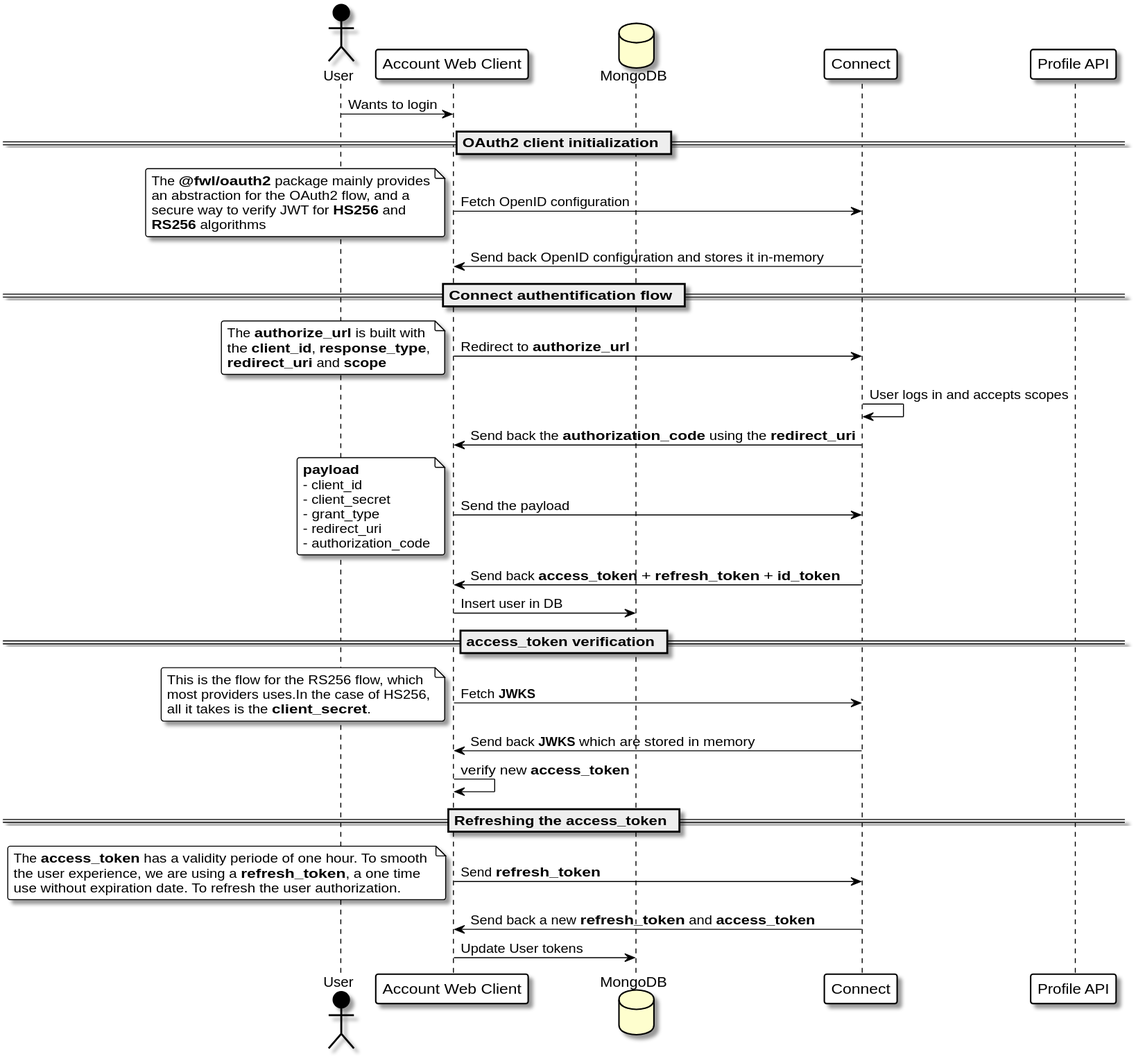
Above: doc/oauth2-flow-diagram.svg in fewlinesco/connect-account (PlantUML), before the change.
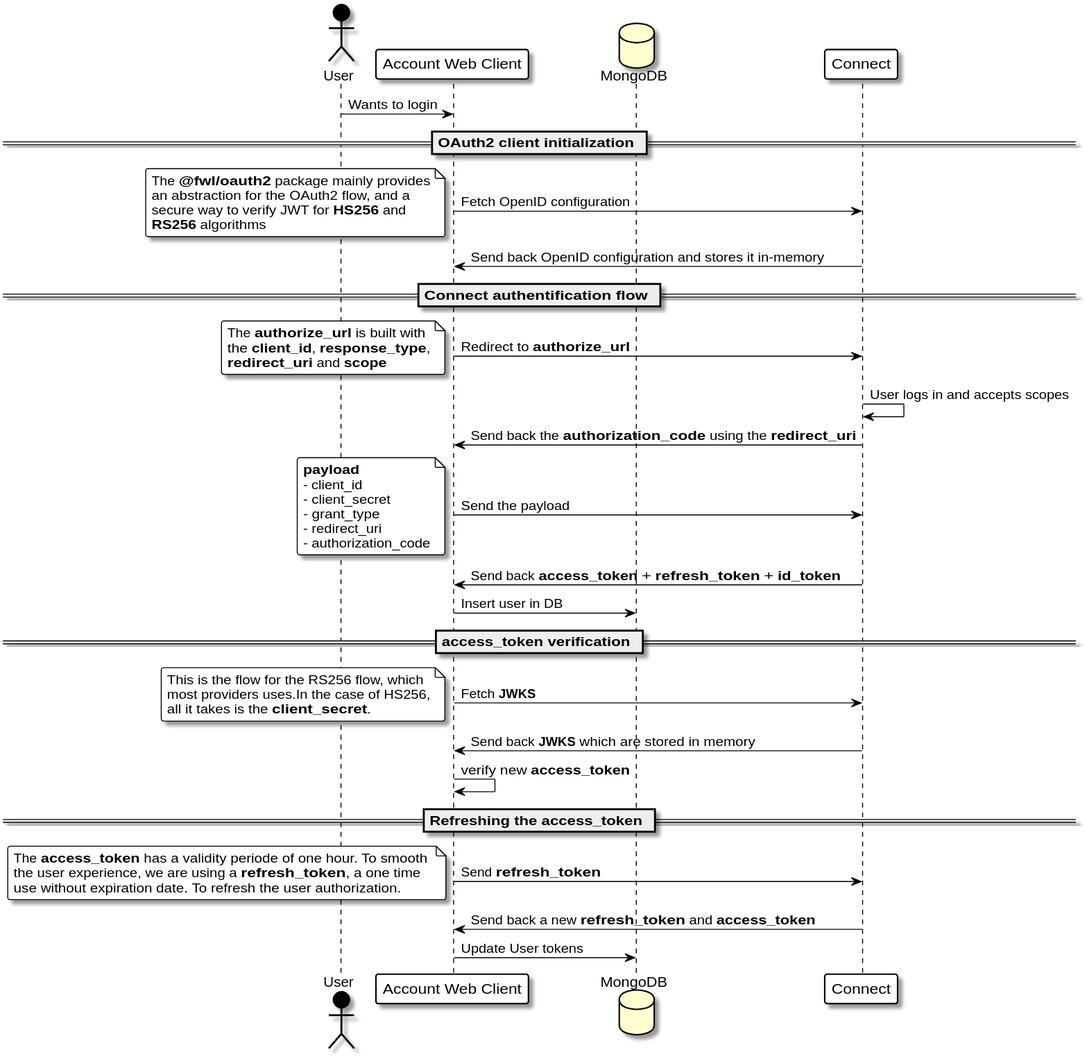
After the commit.

Commit message:
Removed profile from diagram

Change to the diagram source:
```diff
@@ -25,7 +25,6 @@
 participant "Account Web Client"   as account
 database MongoDB                   as mongo
 participant "Connect"              as connect
-participant "Profile API"          as profile
 
 user -> account : Wants to login
 
@@ -82,6 +81,5 @@
 use without expiration date. To refresh the user authorization.
 end note
 connect -> account : Send back a new **refresh_token** and **access_token**
-
 account -> mongo : Update User tokens
 @enduml
```
